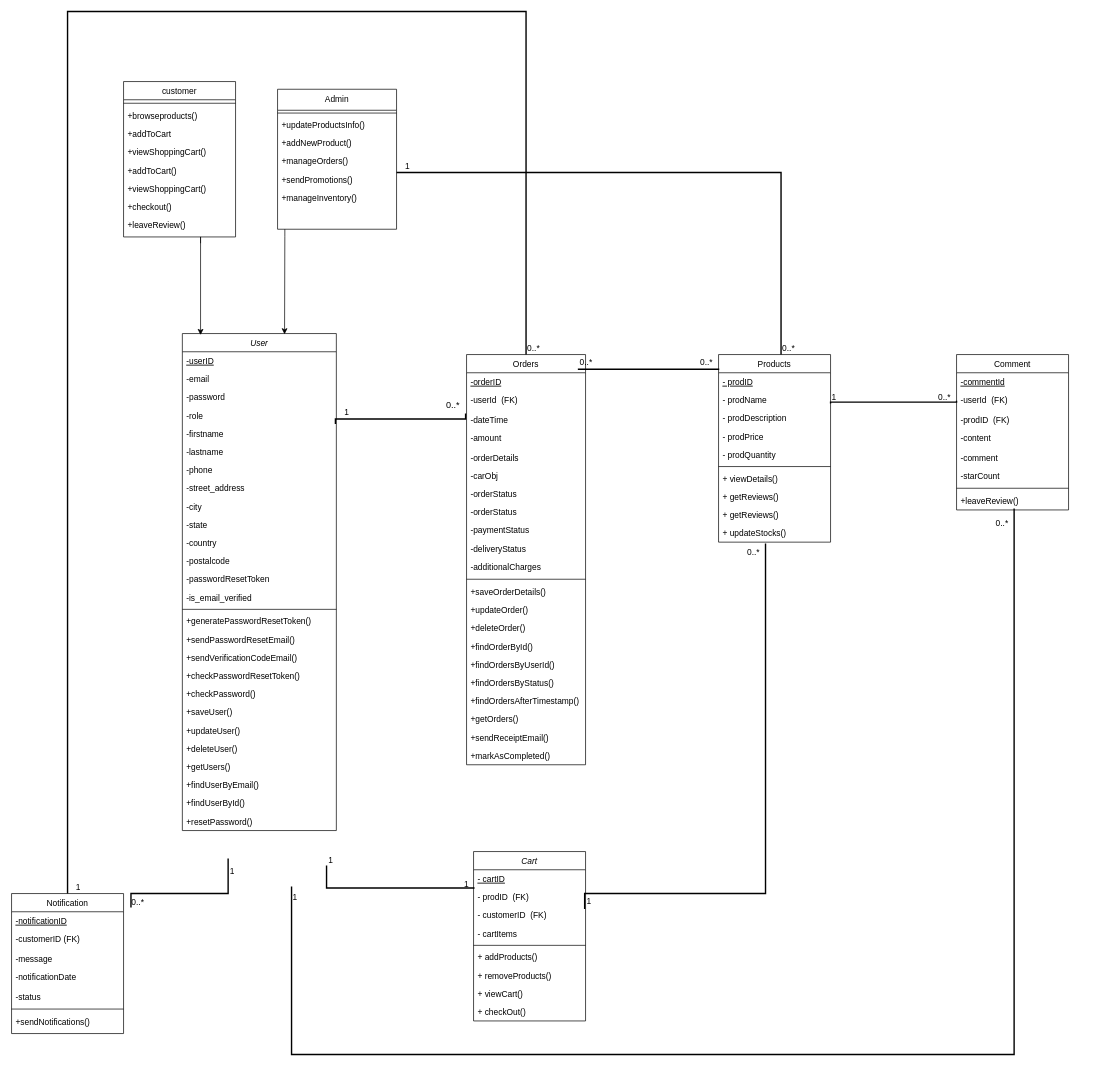
Before: assets/diagrams/Class Diagram.drawio in isira-adithya/PUSL2024, a draw.io diagram. Source tidied: cells renumbered, new cells numbered last; positions are measured from the earlier drawing's top-left corner, leaving out a move shared by most shapes. Both pictures are drawn from the tidied source at 70%, with x=0, y=0 at pixel (11, 11).
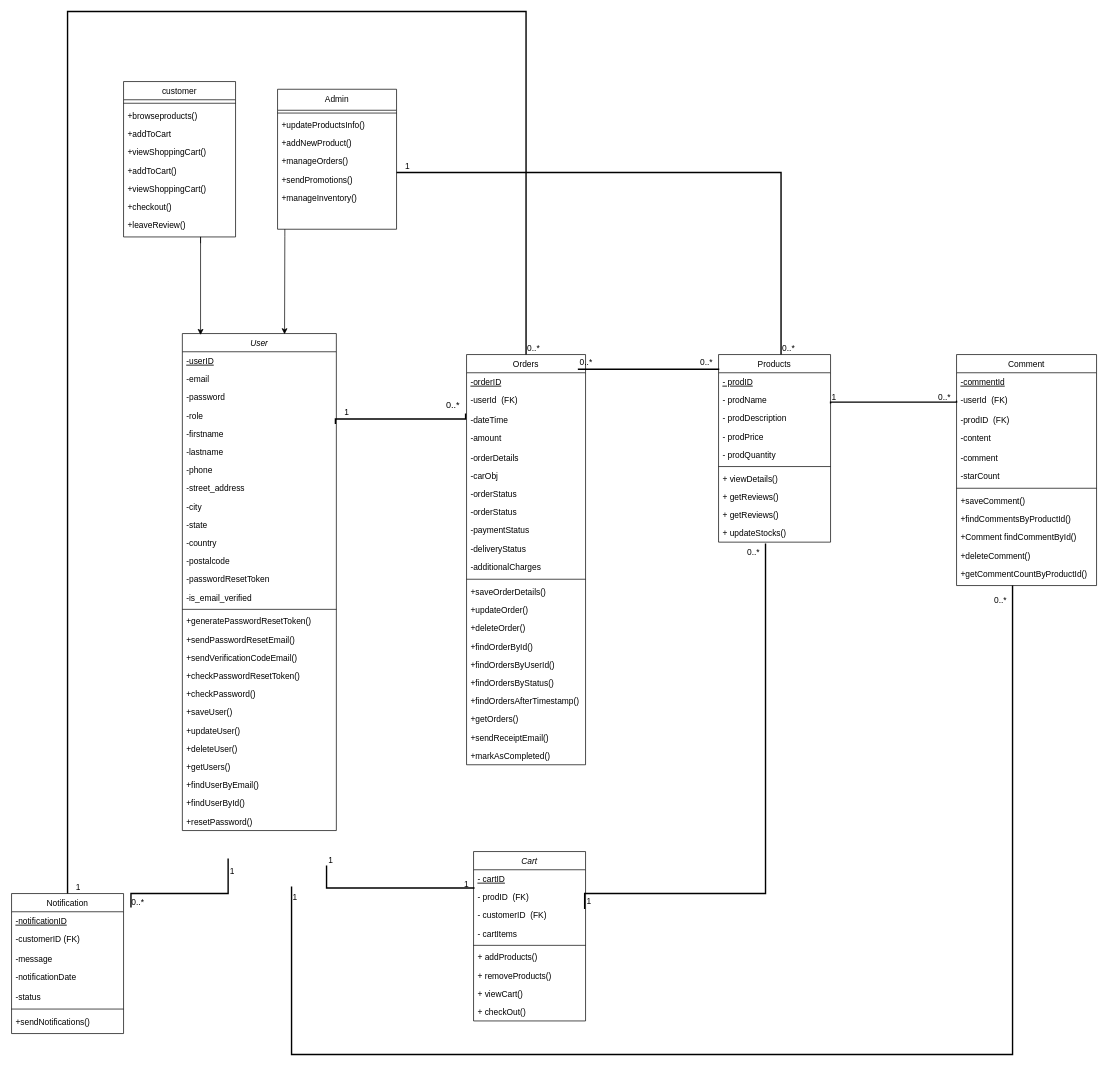
The same page after the edit.

Commit message:
updated the comments class in the class diagram

What changed in the source:
```diff
@@
     <mxCell id="81" value="Comment" style="swimlane;fontStyle=0;align=center;verticalAlign=top;horizontal=1;startSize=26;rounded=0;shadow=0;strokeWidth=1;" parent="1" vertex="1">
-      <mxGeometry x="1350" y="490" width="160" height="222" as="geometry" />
+      <mxGeometry x="1350" y="490" width="200" height="330" as="geometry" />
     </mxCell>
     <mxCell id="82" value="-commentId" style="text;align=left;verticalAlign=top;spacingLeft=4;spacingRight=4;overflow=hidden;strokeColor=none;fontStyle=4;" parent="81" vertex="1">
-      <mxGeometry y="26" width="160" height="26" as="geometry" />
+      <mxGeometry y="26" width="200" height="26" as="geometry" />
     </mxCell>
     <mxCell id="83" value="-userId  (FK)" style="text;align=left;verticalAlign=top;spacingLeft=4;spacingRight=4;overflow=hidden;points=[[0,0.5],[1,0.5]];portConstraint=eastwest;rounded=0;shadow=0;html=0;" parent="81" vertex="1">
-      <mxGeometry y="52" width="160" height="28" as="geometry" />
+      <mxGeometry y="52" width="200" height="28" as="geometry" />
     </mxCell>
     <mxCell id="84" value="-prodID  (FK)" style="text;align=left;verticalAlign=top;spacingLeft=4;spacingRight=4;overflow=hidden;" parent="81" vertex="1">
-      <mxGeometry y="80" width="160" height="26" as="geometry" />
+      <mxGeometry y="80" width="200" height="26" as="geometry" />
     </mxCell>
     <mxCell id="85" value="-content" style="text;align=left;verticalAlign=top;spacingLeft=4;spacingRight=4;overflow=hidden;rounded=0;shadow=0;html=0;" parent="81" vertex="1">
-      <mxGeometry y="106" width="160" height="28" as="geometry" />
+      <mxGeometry y="106" width="200" height="28" as="geometry" />
     </mxCell>
     <mxCell id="86" value="-comment" style="text;align=left;verticalAlign=top;spacingLeft=4;spacingRight=4;overflow=hidden;rounded=0;shadow=0;html=0;" parent="81" vertex="1">
-      <mxGeometry y="134" width="160" height="26" as="geometry" />
+      <mxGeometry y="134" width="200" height="26" as="geometry" />
     </mxCell>
     <mxCell id="87" value="-starCount&#10;" style="text;align=left;verticalAlign=top;spacingLeft=4;spacingRight=4;overflow=hidden;rounded=0;shadow=0;html=0;" parent="81" vertex="1">
-      <mxGeometry y="160" width="160" height="26" as="geometry" />
+      <mxGeometry y="160" width="200" height="26" as="geometry" />
     </mxCell>
     <mxCell id="88" style="line;html=1;strokeWidth=1;align=left;verticalAlign=middle;spacingTop=-1;spacingLeft=3;spacingRight=3;labelPosition=right;" parent="81" vertex="1">
-      <mxGeometry y="186" width="160" height="10" as="geometry" />
+      <mxGeometry y="186" width="200" height="10" as="geometry" />
     </mxCell>
-    <mxCell id="89" value="+leaveReview()" style="text;align=left;verticalAlign=top;spacingLeft=4;spacingRight=4;overflow=hidden;points=[[0,0.5],[1,0.5]];portConstraint=eastwest;" parent="81" vertex="1">
-      <mxGeometry y="196" width="160" height="26" as="geometry" />
+    <mxCell id="89" value="+saveComment()" style="text;align=left;verticalAlign=top;spacingLeft=4;spacingRight=4;overflow=hidden;points=[[0,0.5],[1,0.5]];portConstraint=eastwest;" parent="81" vertex="1">
+      <mxGeometry y="196" width="200" height="26" as="geometry" />
     </mxCell>
+    <mxCell id="136" value="+findCommentsByProductId()" style="text;align=left;verticalAlign=top;spacingLeft=4;spacingRight=4;overflow=hidden;" parent="81" vertex="1">
+      <mxGeometry y="222" width="200" height="26" as="geometry" />
+    </mxCell>
+    <mxCell id="137" value="+Comment findCommentById()" style="text;align=left;verticalAlign=top;spacingLeft=4;spacingRight=4;overflow=hidden;" parent="81" vertex="1">
+      <mxGeometry y="248" width="200" height="26" as="geometry" />
+    </mxCell>
+    <mxCell id="138" value="+deleteComment()" style="text;align=left;verticalAlign=top;spacingLeft=4;spacingRight=4;overflow=hidden;" parent="81" vertex="1">
+      <mxGeometry y="274" width="200" height="26" as="geometry" />
+    </mxCell>
+    <mxCell id="139" value="+getCommentCountByProductId()" style="text;align=left;verticalAlign=top;spacingLeft=4;spacingRight=4;overflow=hidden;" parent="81" vertex="1">
+      <mxGeometry y="300" width="200" height="26" as="geometry" />
+    </mxCell>
@@
-    <mxCell id="107" style="endArrow=none;shadow=0;strokeWidth=2;rounded=0;endFill=0;edgeStyle=elbowEdgeStyle;elbow=vertical;entryX=0;entryY=0.5;entryDx=0;entryDy=0;" parent="1" edge="1" target="83">
+    <mxCell id="107" style="endArrow=none;shadow=0;strokeWidth=2;rounded=0;endFill=0;edgeStyle=elbowEdgeStyle;elbow=vertical;" parent="1" edge="1">
       <mxGeometry x="0.5" y="41" relative="1" as="geometry">
         <mxPoint x="1170" y="560" as="sourcePoint" />
+        <mxPoint x="1350" y="556" as="targetPoint" />
         <mxPoint x="-40" y="32" as="offset" />
       </mxGeometry>
     </mxCell>
@@
-    <mxCell id="119" style="endArrow=none;shadow=0;strokeWidth=2;rounded=0;endFill=0;edgeStyle=elbowEdgeStyle;elbow=vertical;entryX=0.514;entryY=0.915;entryDx=0;entryDy=0;entryPerimeter=0;" parent="1" edge="1" target="89">
+    <mxCell id="119" style="endArrow=none;shadow=0;strokeWidth=2;rounded=0;endFill=0;edgeStyle=elbowEdgeStyle;elbow=vertical;" parent="1" edge="1">
       <mxGeometry x="0.5" y="41" relative="1" as="geometry">
         <mxPoint x="400" y="1250" as="sourcePoint" />
+        <mxPoint x="1430" y="820" as="targetPoint" />
         <Array as="points">
           <mxPoint x="910" y="1490" />
         </Array>
         <mxPoint x="-40" y="32" as="offset" />
       </mxGeometry>
     </mxCell>
```
